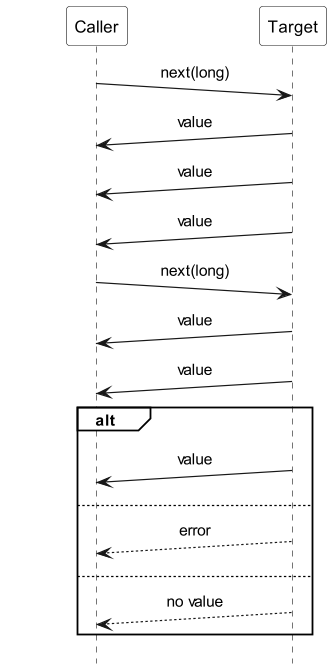
Earlier version of the PlantUML export images/pattern_Iterator_with_batching.png (ti-cortex-m4/demo-java-reactive-streams-old).
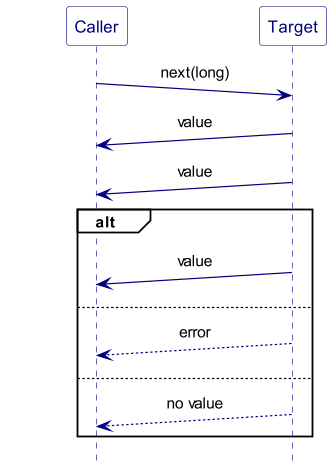
After the commit.

Change to the diagram source:
```diff
@@ -1,25 +1,10 @@
 @startuml
+!include sequence_header.iuml
 
-scale 1.2
-hide footbox
-
-!pragma teoz true
-
-skinparam monochrome true
-skinparam defaultFontName Source Sans Pro
-skinparam sequenceMessageAlign center
-skinparam participantBackgroundColor #white
-skinparam noteBackgroundColor #white
-skinparam sequenceGroupBackgroundColor #white
 skinparam participantPadding 50
 
 participant Caller
 participant Target
-
-Caller ->(10) Target : next(long)
-Target ->(10) Caller : value
-Target ->(10) Caller : value
-Target ->(10) Caller : value
 
 Caller ->(10) Target : next(long)
 Target ->(10) Caller : value
```
